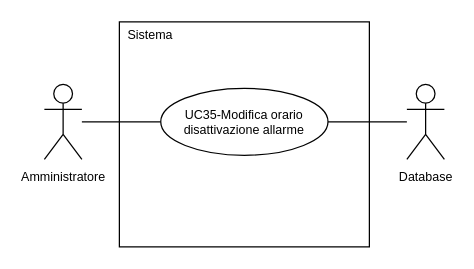
This is 2-RTB/Documenti_esterni/Analisi_dei_requisiti/draw.io/UC35.drawio from SnakeByteTeam/snakebyteteam.github.io, a draw.io file, before an edit. Source tidied: cells renumbered, new cells numbered last; positions are measured from the earlier drawing's top-left corner, leaving out a move shared by most shapes. Both pictures are drawn from the tidied source at 125%, with x=0, y=0 at pixel (44, 21).
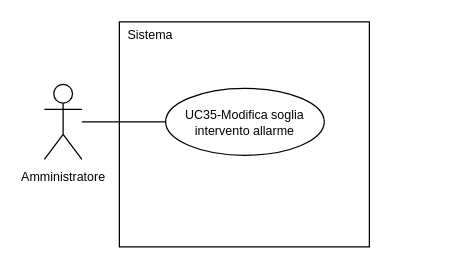
Above is the later version.

Change to the diagram source:
```diff
@@
 <mxGraphModel>
   <root>
     <mxCell id="0" />
     <mxCell id="1" parent="0" />
     <mxCell id="2" value="&lt;font style=&quot;font-size: 10px; line-height: 100%;&quot;&gt;Amministratore&lt;/font&gt;" style="shape=umlActor;verticalLabelPosition=bottom;verticalAlign=top;html=1;outlineConnect=0;" parent="1" vertex="1">
       <mxGeometry y="50" width="30" height="60" as="geometry" />
     </mxCell>
     <mxCell id="3" style="rounded=0;whiteSpace=wrap;html=1;" parent="1" vertex="1">
       <mxGeometry x="60" width="200" height="180" as="geometry" />
     </mxCell>
     <mxCell id="4" style="edgeStyle=orthogonalEdgeStyle;rounded=0;jettySize=auto;html=1;exitX=0;exitY=0.5;exitDx=0;exitDy=0;endArrow=none;endFill=0;" parent="1" edge="1" source="5" target="2">
       <mxGeometry relative="1" as="geometry" />
     </mxCell>
-    <mxCell id="5" value="&lt;div style=&quot;line-height: 100%;&quot;&gt;&lt;font style=&quot;line-height: 100%; font-size: 10px;&quot;&gt;UC35-Modifica orario disattivazione&lt;/font&gt;&lt;span style=&quot;font-size: 10px; background-color: transparent; color: light-dark(rgb(0, 0, 0), rgb(255, 255, 255));&quot;&gt;&amp;nbsp;allarme&lt;/span&gt;&lt;/div&gt;" style="ellipse;whiteSpace=wrap;html=1;" parent="1" vertex="1">
-      <mxGeometry x="93.1" y="53.2" width="133.8" height="53.5" as="geometry" />
+    <mxCell id="5" value="&lt;div style=&quot;line-height: 100%;&quot;&gt;&lt;font style=&quot;line-height: 100%; font-size: 10px;&quot;&gt;UC35-Modifica&amp;nbsp;&lt;/font&gt;&lt;span style=&quot;font-size: 10px; background-color: transparent; color: light-dark(rgb(0, 0, 0), rgb(255, 255, 255));&quot;&gt;soglia intervento allarme&lt;/span&gt;&lt;/div&gt;" style="ellipse;whiteSpace=wrap;html=1;" parent="1" vertex="1">
+      <mxGeometry x="97" y="53.2" width="126.9" height="53.5" as="geometry" />
     </mxCell>
     <mxCell id="6" value="&lt;font style=&quot;font-size: 10px;&quot;&gt;Sistema&lt;/font&gt;" style="text;html=1;whiteSpace=wrap;strokeColor=none;fillColor=none;align=center;verticalAlign=middle;rounded=0;" parent="1" vertex="1">
       <mxGeometry x="60" width="50" height="20" as="geometry" />
     </mxCell>
-    <mxCell id="7" style="edgeStyle=orthogonalEdgeStyle;rounded=0;jettySize=auto;html=1;entryX=1;entryY=0.5;entryDx=0;entryDy=0;endArrow=none;endFill=0;" parent="1" edge="1" source="8" target="5">
-      <mxGeometry relative="1" as="geometry" />
-    </mxCell>
-    <mxCell id="8" value="&lt;span style=&quot;font-size: 10px;&quot;&gt;Database&lt;/span&gt;" style="shape=umlActor;verticalLabelPosition=bottom;verticalAlign=top;html=1;outlineConnect=0;" parent="1" vertex="1">
-      <mxGeometry x="290" y="50" width="30" height="60" as="geometry" />
-    </mxCell>
   </root>
 </mxGraphModel>
```
